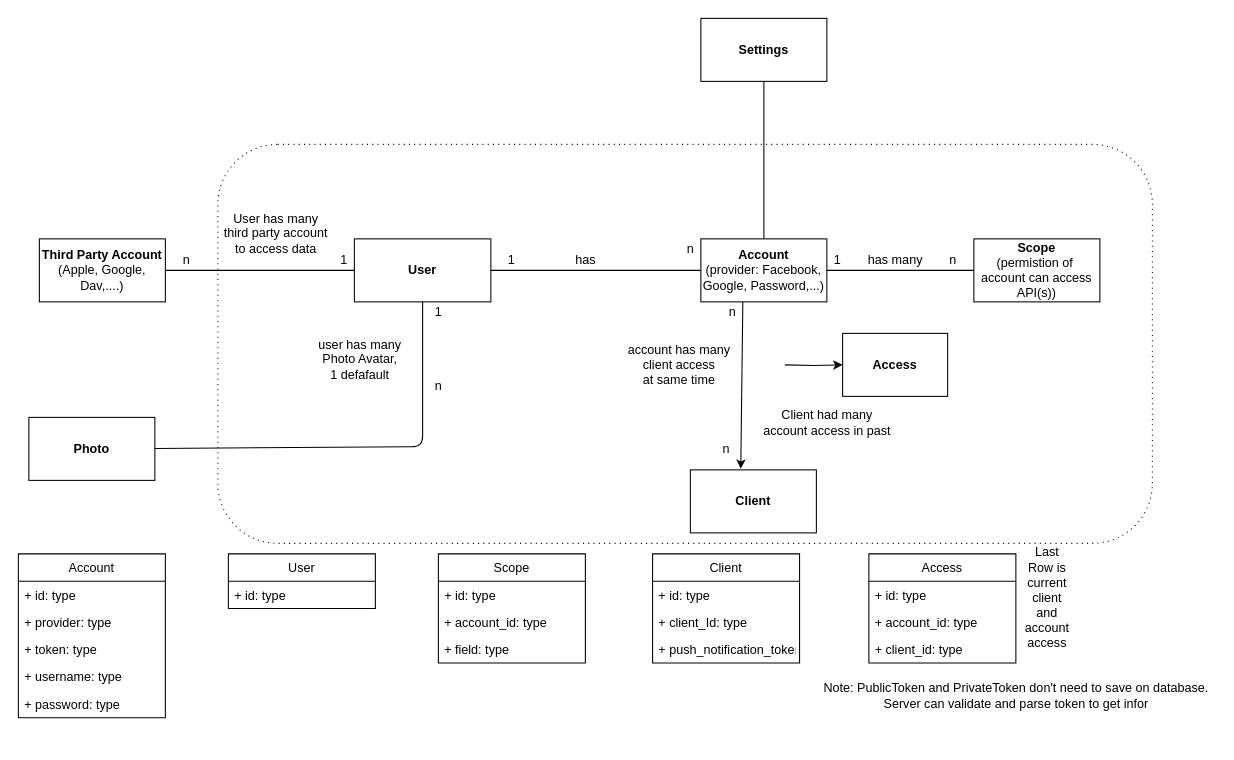
Before: Untitled Diagram.drawio in caophuocthanh/Database-Design, a draw.io diagram. Source tidied: cells renumbered, new cells numbered last; positions are measured from the earlier drawing's top-left corner, leaving out a move shared by most shapes. Both pictures are drawn from the tidied source at 105%, with x=0, y=0 at pixel (18, 18).
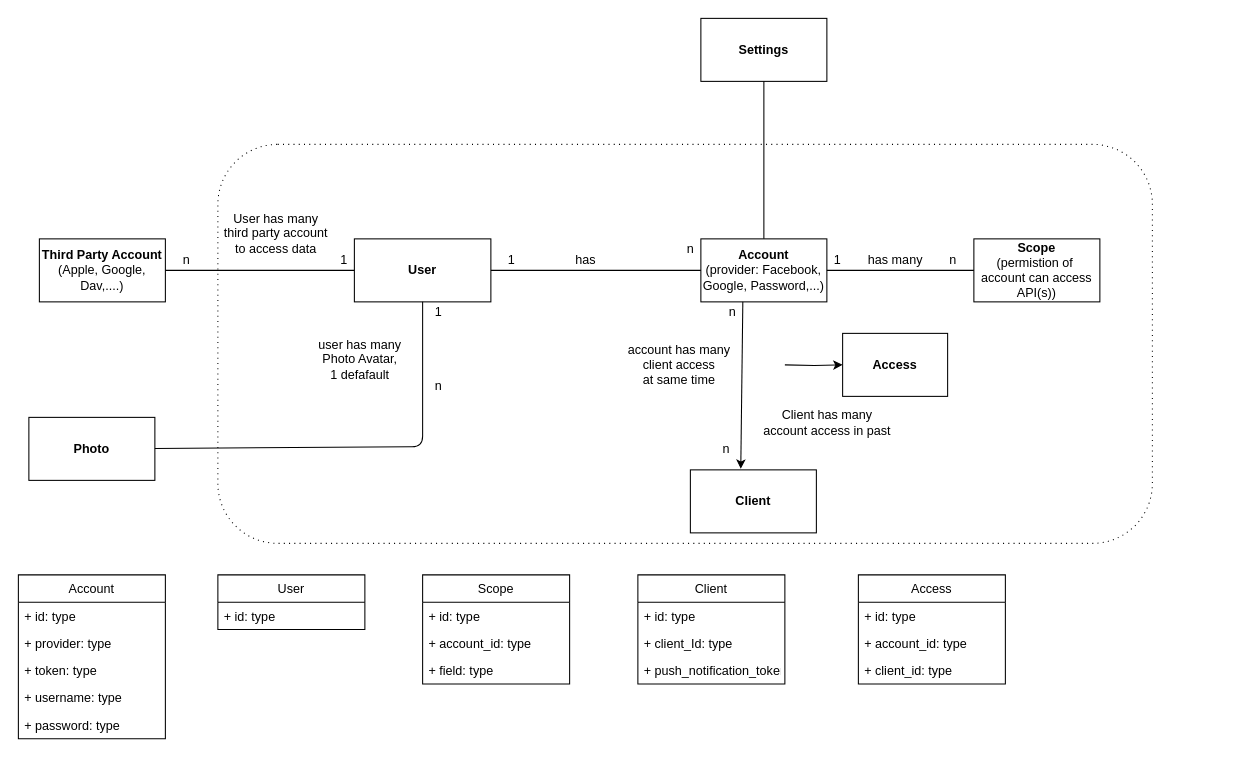
The same diagram, later.

Diff of the diagram source:
```diff
@@
     <mxCell id="33" value="Account" style="swimlane;fontStyle=0;horizontal=1;startSize=26;fillColor=none;" parent="1" vertex="1">
-      <mxGeometry y="510" width="140" height="156" as="geometry" />
+      <mxGeometry y="530" width="140" height="156" as="geometry" />
     </mxCell>
@@
     <mxCell id="39" value="User" style="swimlane;fontStyle=0;horizontal=1;startSize=26;fillColor=none;" parent="1" vertex="1">
-      <mxGeometry x="200" y="510" width="140" height="52" as="geometry" />
+      <mxGeometry x="190" y="530" width="140" height="52" as="geometry" />
     </mxCell>
@@
     <mxCell id="41" value="Scope" style="swimlane;fontStyle=0;horizontal=1;startSize=26;fillColor=none;" parent="1" vertex="1">
-      <mxGeometry x="400" y="510" width="140" height="104" as="geometry" />
+      <mxGeometry x="385" y="530" width="140" height="104" as="geometry" />
     </mxCell>
@@
     <mxCell id="45" value="Client" style="swimlane;fontStyle=0;horizontal=1;startSize=26;fillColor=none;" parent="1" vertex="1">
-      <mxGeometry x="604" y="510" width="140" height="104" as="geometry" />
+      <mxGeometry x="590" y="530" width="140" height="104" as="geometry" />
     </mxCell>
@@
     <mxCell id="49" value="Access" style="swimlane;fontStyle=0;horizontal=1;startSize=26;fillColor=none;" parent="1" vertex="1">
-      <mxGeometry x="810" y="510" width="140" height="104" as="geometry" />
+      <mxGeometry x="800" y="530" width="140" height="104" as="geometry" />
     </mxCell>
@@
-    <mxCell id="53" value="Note: PublicToken and PrivateToken don't need to save on database. &lt;br&gt;Server can validate and parse token to get infor" style="text;html=1;align=center;verticalAlign=middle;" parent="1" vertex="1">
-      <mxGeometry x="760" y="630" width="380" height="30" as="geometry" />
-    </mxCell>
-    <mxCell id="54" value="Client had many &lt;br&gt;account access in past" style="text;html=1;align=center;verticalAlign=middle;" parent="1" vertex="1">
+    <mxCell id="54" value="Client has many &lt;br&gt;account access in past" style="text;html=1;align=center;verticalAlign=middle;" parent="1" vertex="1">
       <mxGeometry x="700" y="370" width="140" height="30" as="geometry" />
     </mxCell>
-    <mxCell id="55" value="Last Row is current client and account access" style="text;html=1;strokeColor=none;fillColor=none;align=center;verticalAlign=middle;whiteSpace=wrap;rounded=0;" parent="1" vertex="1">
-      <mxGeometry x="960" y="542" width="40" height="20" as="geometry" />
-    </mxCell>
```
